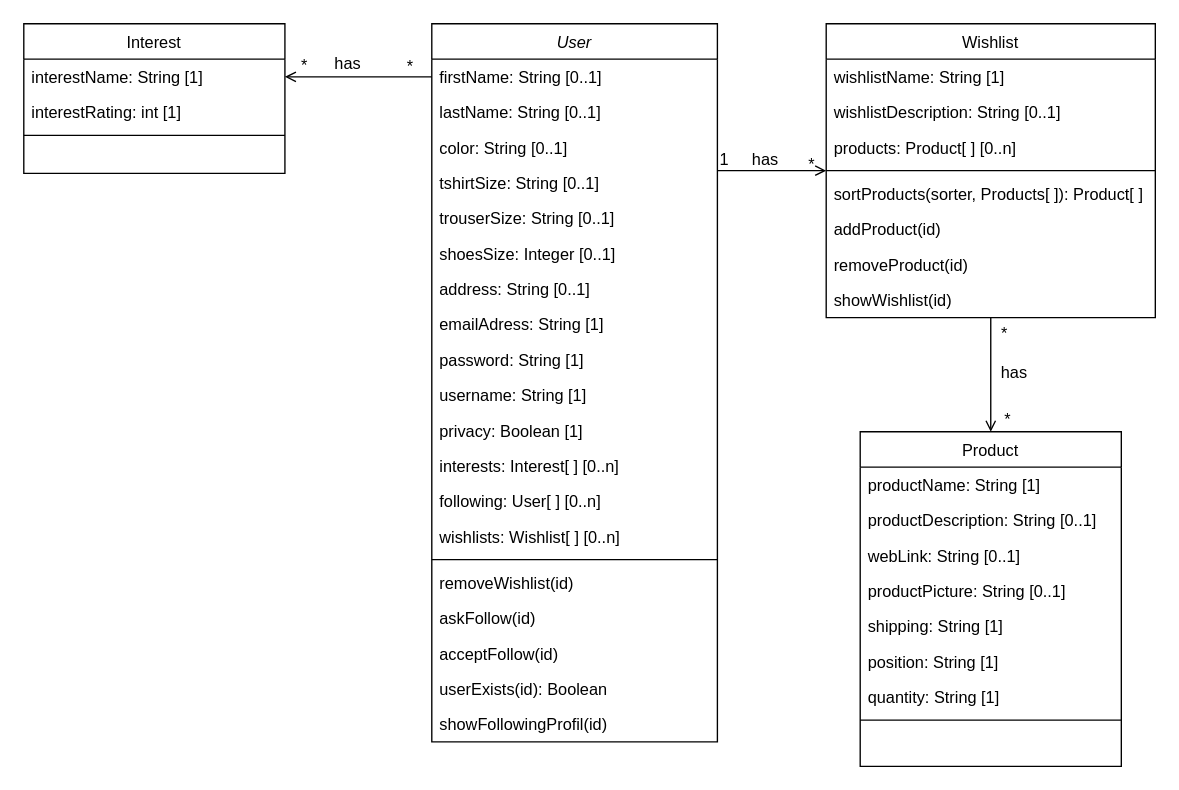
This is Diagrammes/ClassDiagram.drawio from NNepper/LSINF1225-2020-GroupeL1.1-WishList, a draw.io file, before an edit. Source tidied: cells renumbered, new cells numbered last; positions are measured from the earlier drawing's top-left corner, leaving out a move shared by most shapes. Both pictures are drawn from the tidied source at 136%, with x=0, y=0 at pixel (23, 23).
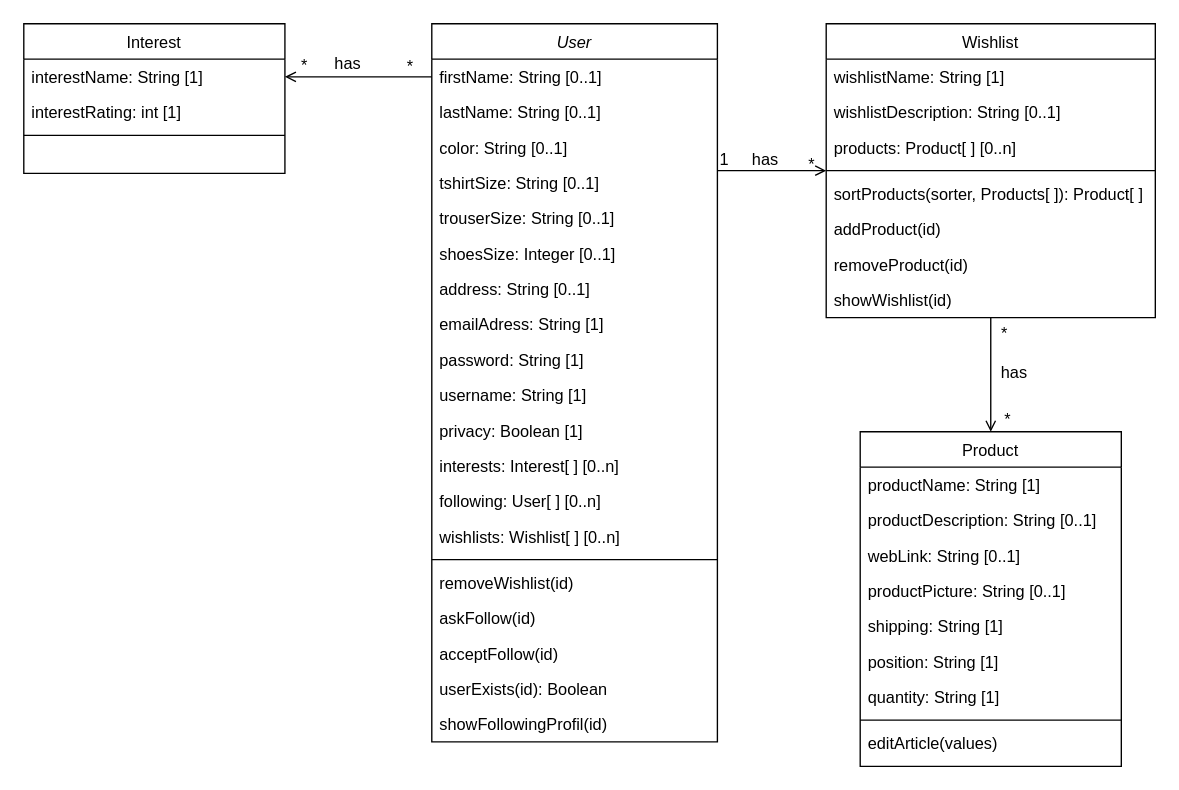
After the change.

Commit message (it also covers changes not shown here):
Ajout de editArticle

Unchanged cells that the change refers to:
```xml
<mxCell id="48" value="Product" style="swimlane;fontStyle=0;align=center;verticalAlign=top;horizontal=1;startSize=26;rounded=0;shadow=0;strokeWidth=1;" parent="1" vertex="1">
  <mxGeometry x="615" y="300" width="192" height="246" as="geometry" />
</mxCell>
```

Change to the diagram source:
```diff
@@
+    <mxCell id="57" value="editArticle(values)" style="text;align=left;verticalAlign=top;spacingLeft=4;spacingRight=4;overflow=hidden;" parent="48" vertex="1">
+      <mxGeometry y="216" width="192" height="26" as="geometry" />
+    </mxCell>
```
